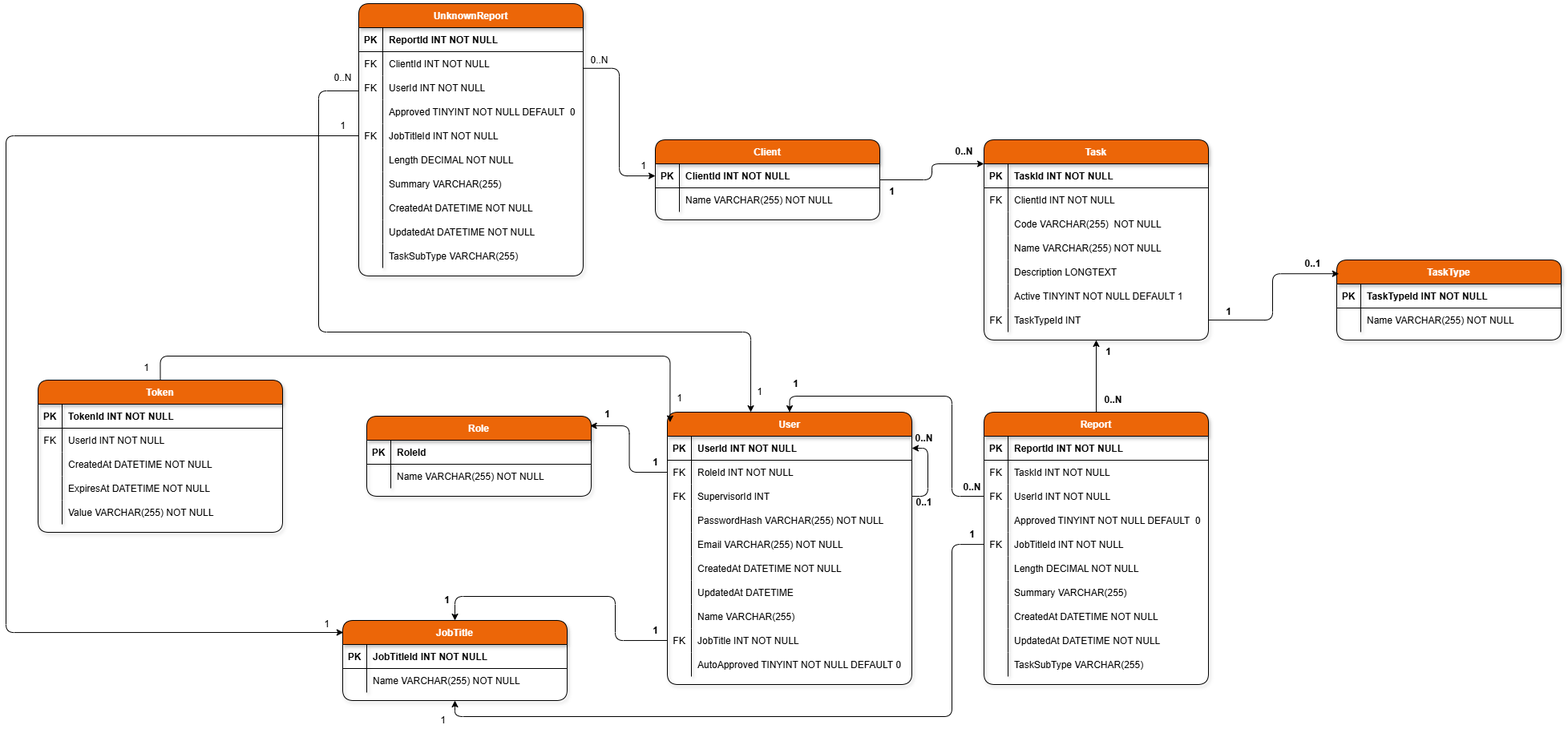
Before: Documentation/Database/vykazovnik_db_scheme.drawio.png, a diagram exported from draw.io (pslib-cz/MP2024-25_Kraus-Ivan_Navrh-a-tvorba-firemni-aplikace-pro-vykazy). Source tidied: cells renumbered, new cells last; positions are measured from the earlier drawing's top-left corner, leaving out a move shared by most shapes.
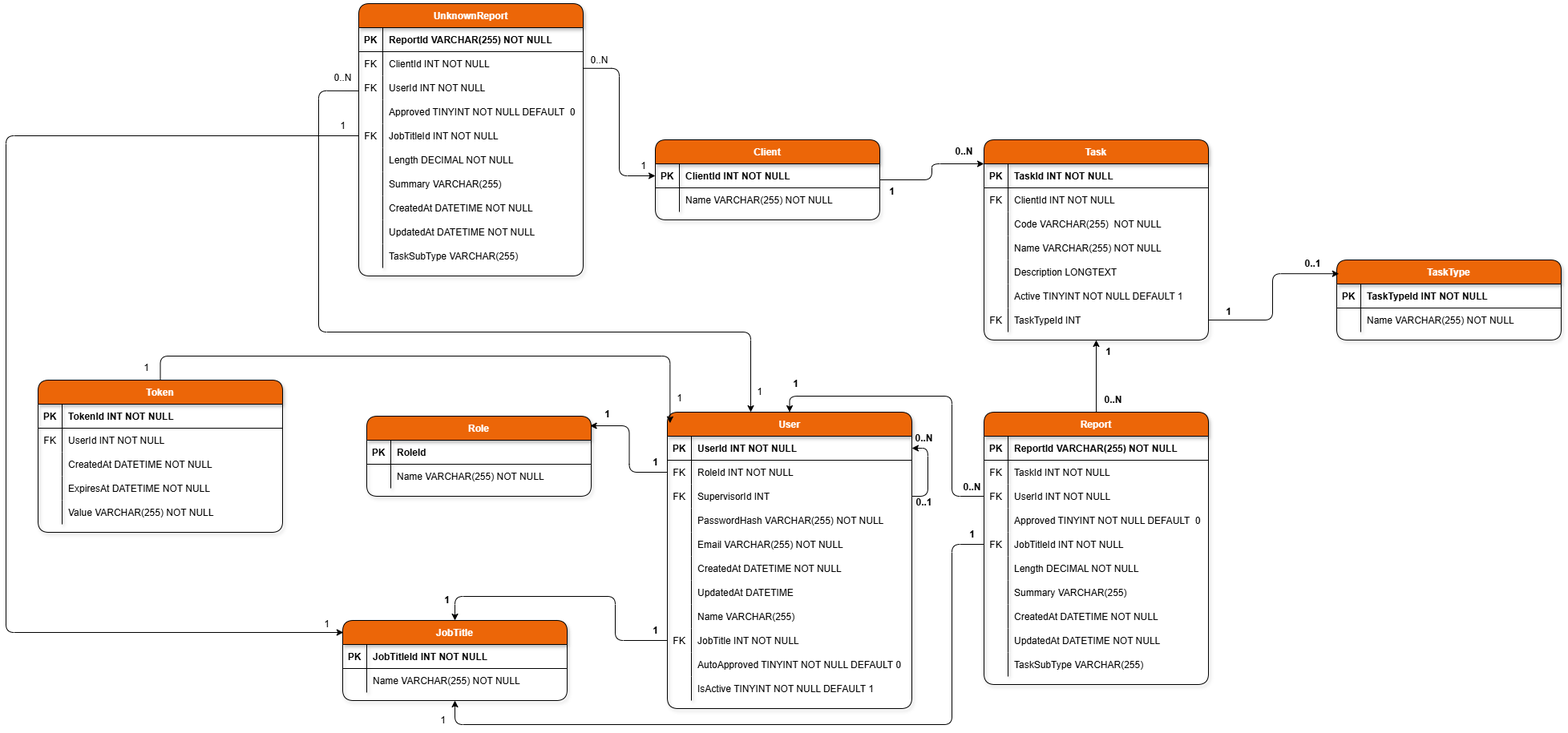
After the commit.

Commit message:
aktualizace struktury databáze

Change to the diagram source:
```diff
@@ -157,7 +157,7 @@
     <mxCell id="49" value="PK" style="shape=partialRectangle;overflow=hidden;fillColor=none;top=0;left=0;bottom=0;right=0;fontStyle=1;rounded=1;" parent="48" vertex="1">
       <mxGeometry width="30" height="30" as="geometry" />
     </mxCell>
-    <mxCell id="50" value="ReportId INT NOT NULL" style="shape=partialRectangle;overflow=hidden;fillColor=none;top=0;left=0;bottom=0;right=0;align=left;spacingLeft=6;fontStyle=1;rounded=1;" parent="48" vertex="1">
+    <mxCell id="50" value="ReportId VARCHAR(255) NOT NULL" style="shape=partialRectangle;overflow=hidden;fillColor=none;top=0;left=0;bottom=0;right=0;align=left;spacingLeft=6;fontStyle=1;rounded=1;" parent="48" vertex="1">
       <mxGeometry x="30" width="250" height="30" as="geometry" />
     </mxCell>
     <mxCell id="51" style="shape=partialRectangle;fillColor=none;top=0;left=0;right=0;bottom=0;rounded=1;" parent="47" vertex="1">
@@ -248,7 +248,7 @@
       <mxGeometry x="1356" y="480" width="50" height="30" as="geometry" />
     </mxCell>
     <mxCell id="80" value="User" style="shape=table;startSize=30;rowLines=0;fontStyle=1;align=center;rounded=1;fillColor=#ec6608;fontColor=#FFFFFF;shadow=1;" parent="1" vertex="1">
-      <mxGeometry x="825" y="510" width="305" height="340" as="geometry" />
+      <mxGeometry x="825" y="510" width="305" height="370" as="geometry" />
     </mxCell>
     <mxCell id="81" style="shape=partialRectangle;fillColor=none;points=[[0,0.5],[1,0.5]];portConstraint=eastwest;top=0;left=0;right=0;bottom=1;rounded=1;" parent="80" vertex="1">
       <mxGeometry y="30" width="305" height="30" as="geometry" />
@@ -340,6 +340,15 @@
     <mxCell id="110" value="AutoApproved TINYINT NOT NULL DEFAULT 0" style="shape=partialRectangle;overflow=hidden;fillColor=none;top=0;left=0;bottom=0;right=0;align=left;spacingLeft=6;rounded=1;" parent="108" vertex="1">
       <mxGeometry x="30" width="275" height="30" as="geometry" />
     </mxCell>
+    <mxCell id="197" style="shape=partialRectangle;fillColor=none;top=0;left=0;right=0;bottom=0;rounded=1;" parent="80" vertex="1">
+      <mxGeometry y="330" width="305" height="30" as="geometry" />
+    </mxCell>
+    <mxCell id="198" style="shape=partialRectangle;overflow=hidden;fillColor=none;top=0;left=0;bottom=0;right=0;rounded=1;" parent="197" vertex="1">
+      <mxGeometry width="30" height="30" as="geometry" />
+    </mxCell>
+    <mxCell id="199" value="IsActive TINYINT NOT NULL DEFAULT 1" style="shape=partialRectangle;overflow=hidden;fillColor=none;top=0;left=0;bottom=0;right=0;align=left;spacingLeft=6;rounded=1;" parent="197" vertex="1">
+      <mxGeometry x="30" width="275" height="30" as="geometry" />
+    </mxCell>
     <mxCell id="111" value="JobTitle" style="shape=table;startSize=30;rowLines=0;fontStyle=1;align=center;rounded=1;fillColor=#ec6608;fontColor=#FFFFFF;shadow=1;" parent="1" vertex="1">
       <mxGeometry x="420" y="770" width="280" height="100" as="geometry" />
     </mxCell>
@@ -416,8 +425,8 @@
       <mxGeometry relative="1" as="geometry">
         <Array as="points">
           <mxPoint x="1180" y="675" />
-          <mxPoint x="1180" y="890" />
-          <mxPoint x="560" y="890" />
+          <mxPoint x="1180" y="900" />
+          <mxPoint x="560" y="900" />
         </Array>
       </mxGeometry>
     </mxCell>
@@ -504,7 +513,7 @@
     <mxCell id="159" value="PK" style="shape=partialRectangle;overflow=hidden;fillColor=none;top=0;left=0;bottom=0;right=0;fontStyle=1;rounded=1;" parent="158" vertex="1">
       <mxGeometry width="30" height="30" as="geometry" />
     </mxCell>
-    <mxCell id="160" value="ReportId INT NOT NULL" style="shape=partialRectangle;overflow=hidden;fillColor=none;top=0;left=0;bottom=0;right=0;align=left;spacingLeft=6;fontStyle=1;rounded=1;" parent="158" vertex="1">
+    <mxCell id="160" value="ReportId VARCHAR(255) NOT NULL" style="shape=partialRectangle;overflow=hidden;fillColor=none;top=0;left=0;bottom=0;right=0;align=left;spacingLeft=6;fontStyle=1;rounded=1;" parent="158" vertex="1">
       <mxGeometry x="30" width="250" height="30" as="geometry" />
     </mxCell>
     <mxCell id="161" style="shape=partialRectangle;fillColor=none;points=[[0,0.5],[1,0.5]];portConstraint=eastwest;top=0;left=0;right=0;bottom=0;rounded=1;" parent="157" vertex="1">
```
